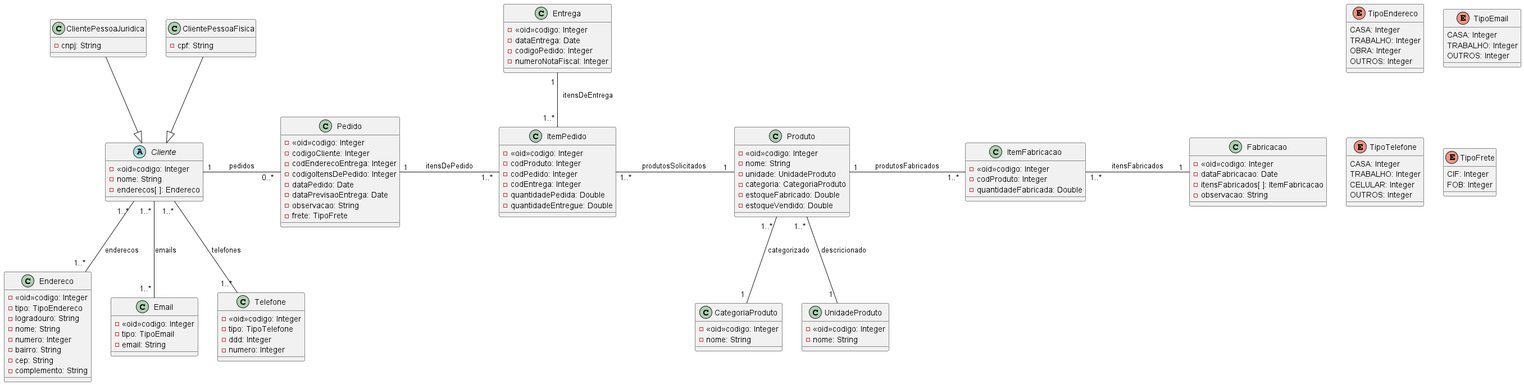
Earlier version of the PlantUML export artefact/Diagrama de Classes/panoramaGeral.png (andreleonam/productProduction). Source of this version:
```plantuml
@startuml
    abstract Cliente{
        -<<oid>>codigo: Integer
        -nome: String
        -enderecos[ ]: Endereco
    }
    class ClientePessoaFisica{
        -cpf: String
    }
    class ClientePessoaJuridica{
        -cnpj: String
    }

    Cliente <|-u- ClientePessoaFisica
    Cliente <|-u- ClientePessoaJuridica

    enum TipoEndereco{
        CASA: Integer
        TRABALHO: Integer
        OBRA: Integer
        OUTROS: Integer
    }

    class Endereco {
        -<<oid>>codigo: Integer
        -tipo: TipoEndereco
        -logradouro: String
        -nome: String
        -numero: Integer
        -bairro: String
        -cep: String
        -complemento: String
    }

    enum TipoEmail{
        CASA: Integer
        TRABALHO: Integer
        OUTROS: Integer
    }

    class Email {
        -<<oid>>codigo: Integer
        -tipo: TipoEmail
        -email: String
    }

    enum TipoTelefone {
        CASA: Integer
        TRABALHO: Integer
        CELULAR: Integer
        OUTROS: Integer
    }

    class Telefone {
        -<<oid>>codigo: Integer
        -tipo: TipoTelefone
        -ddd: Integer
        -numero: Integer
    }

    Cliente "1..* " -- "1..* " Endereco : enderecos
    Cliente "1..* " -- "1..* " Email : emails
    Cliente "1..* " -- "1..* " Telefone : telefones

    enum TipoFrete{
        CIF: Integer
        FOB: Integer
    }

    class Pedido{
        -<<oid>>codigo: Integer
        -codigoCliente: Integer
        -codEnderecoEntrega: Integer
        -codigoItensDePedido: Integer
        -dataPedido: Date
        -dataPrevisaoEntrega: Date
        -observacao: String
        -frete: TipoFrete
    }

    class ItemPedido{
        -<<oid>>codigo: Integer
        -codProduto: Integer
        -codPedido: Integer
        -codEntrega: Integer
        -quantidadePedida: Double
        -quantidadeEntregue: Double
    }

    Cliente    "1 " -r- "0..* " Pedido    : "       pedidos       "
    Pedido     "1 " -r- "1..* " ItemPedido : "       itensDePedido       "
    ItemPedido "1..* " -r- "1 " Produto: "       produtosSolicitados        "

    class UnidadeProduto{
        -<<oid>>codigo: Integer
        -nome: String
    }

    class Produto{
        -<<oid>>codigo: Integer
        -nome: String
        -unidade: UnidadeProduto
        -categoria: CategoriaProduto
        -estoqueFabricado: Double
        -estoqueVendido: Double
    }

    class CategoriaProduto{
        -<<oid>>codigo: Integer
        -nome: String
    }

    Produto "1..* " -- "1 " CategoriaProduto : "categorizado"
    Produto "1..* " -- "1 " UnidadeProduto : "descricionado"

    class Entrega{
        -<<oid>>codigo: Integer
        -dataEntrega: Date
        -codigoPedido: Integer
        -numeroNotaFiscal: Integer
    }

    Entrega "1 " -- "1..* " ItemPedido : "  itensDeEntrega       "



    class Fabricacao{
        -<<oid>>codigo: Integer
        -dataFabricacao: Date
        -itensFabricados[ ]: ItemFabricacao
        -observacao: String
    }

    class ItemFabricacao{
        -<<oid>>codigo: Integer
        -codProduto: Integer
        -quantidadeFabricada: Double
    }

    Produto "1 "-right-- "1..* " ItemFabricacao : "       produtosFabricados       "
    Fabricacao "1 " -left-- "1..* " ItemFabricacao : "       itensFabricados       "

@enduml
```
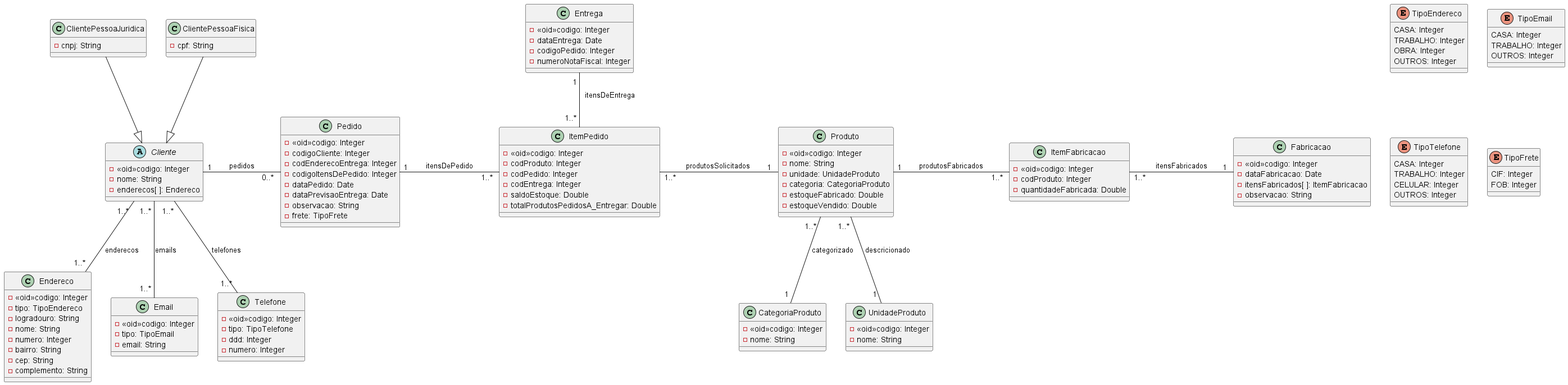
Above is the later version.

What changed in the source:
```diff
@@ -83,8 +83,8 @@
         -codProduto: Integer
         -codPedido: Integer
         -codEntrega: Integer
-        -quantidadePedida: Double
-        -quantidadeEntregue: Double
+        -saldoEstoque: Double
+        -totalProdutosPedidosA_Entregar: Double
     }
 
     Cliente    "1 " -r- "0..* " Pedido    : "       pedidos       "
```
